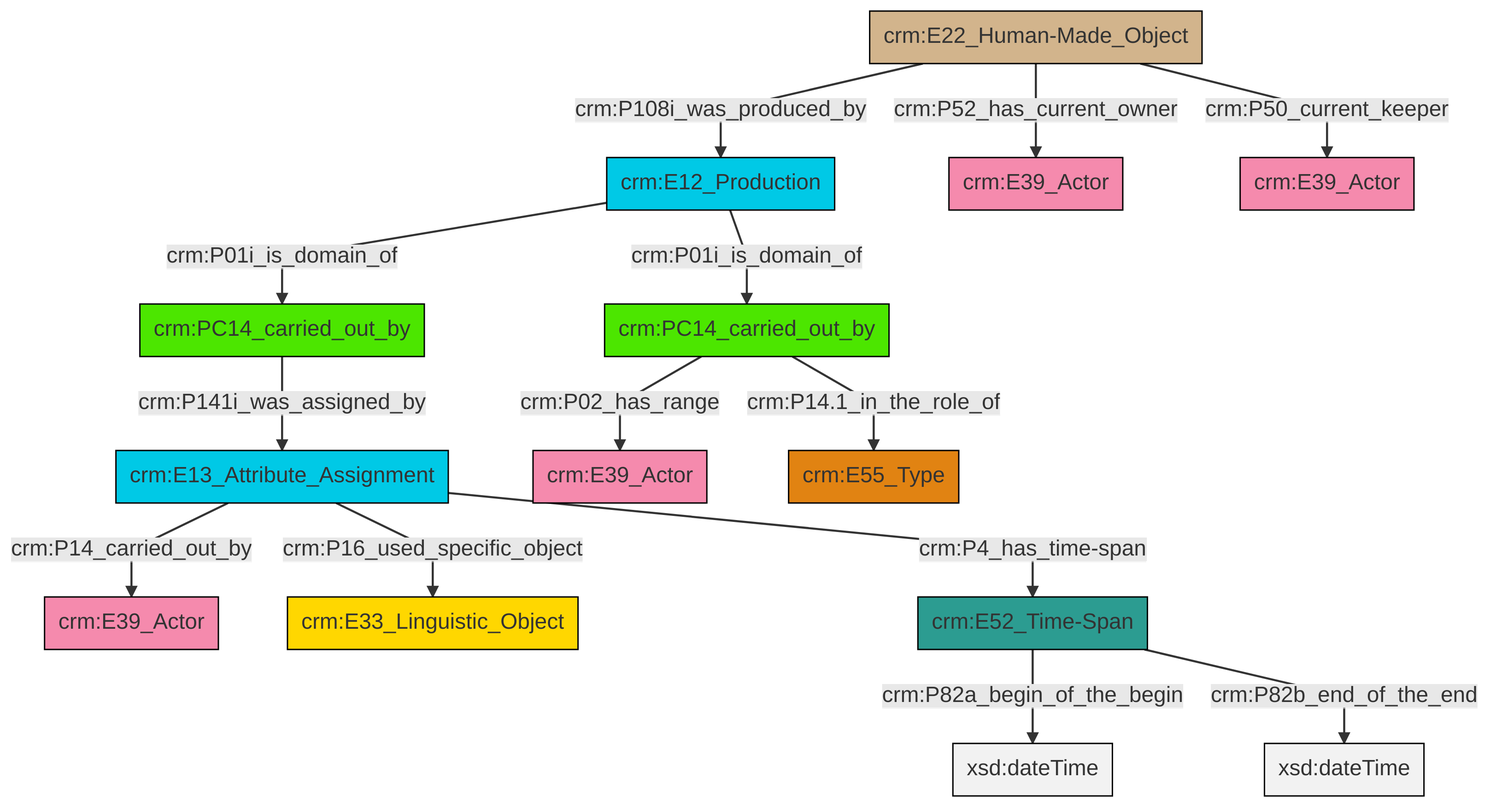
swiss-art-research-net/docs.swissartresearch keeps this Mermaid diagram as et/carrierCSV/ttl/mmd/png/carrier_relations.png. Above is the earlier version. Its source is kept beside it as et/carrierCSV/ttl/mmd/carrier_relations.ttl.mmd.
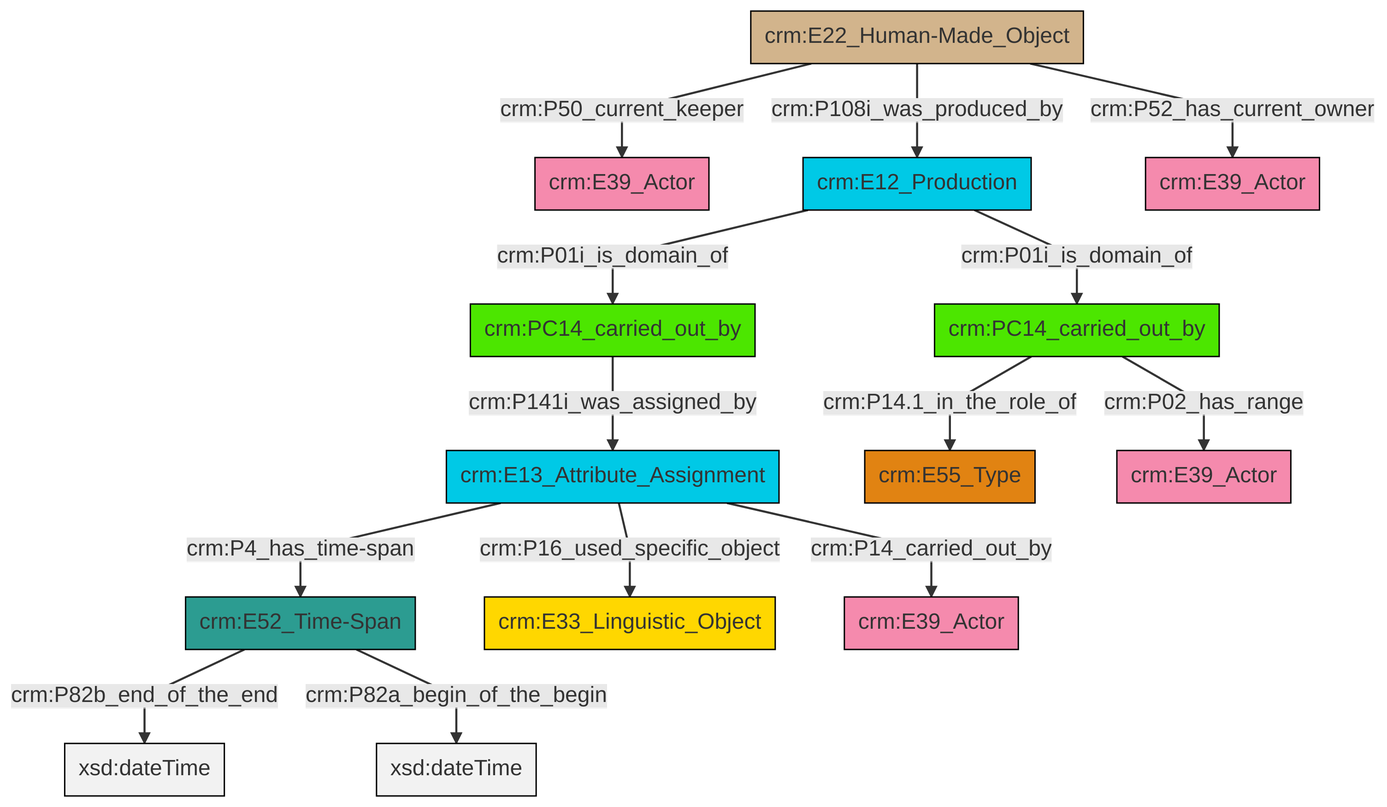
After the change.

What changed in the source:
```diff
@@ -13,16 +13,16 @@
 classDef PC_Classes fill:#4ce600, stroke:#000000;
 classDef Multi fill:#cccccc,stroke:#000000;
 
-0["crm:E13_Attribute_Assignment"]:::Temporal_Entity -->|crm:P14_carried_out_by| 1["crm:E39_Actor"]:::Actor
-2["crm:PC14_carried_out_by"]:::PC_Classes -->|crm:P02_has_range| 3["crm:E39_Actor"]:::Actor
-5["crm:E12_Production"]:::Temporal_Entity -->|crm:P01i_is_domain_of| 2["crm:PC14_carried_out_by"]:::PC_Classes
-8["crm:E22_Human-Made_Object"]:::Physical_Thing -->|crm:P52_has_current_owner| 9["crm:E39_Actor"]:::Actor
-10["crm:E52_Time-Span"]:::Time-Span -->|crm:P82a_begin_of_the_begin| 11[xsd:dateTime]:::Literal
-8["crm:E22_Human-Made_Object"]:::Physical_Thing -->|crm:P50_current_keeper| 12["crm:E39_Actor"]:::Actor
-8["crm:E22_Human-Made_Object"]:::Physical_Thing -->|crm:P108i_was_produced_by| 5["crm:E12_Production"]:::Temporal_Entity
-0["crm:E13_Attribute_Assignment"]:::Temporal_Entity -->|crm:P16_used_specific_object| 6["crm:E33_Linguistic_Object"]:::Conceptual_Object
-16["crm:PC14_carried_out_by"]:::PC_Classes -->|crm:P141i_was_assigned_by| 0["crm:E13_Attribute_Assignment"]:::Temporal_Entity
-2["crm:PC14_carried_out_by"]:::PC_Classes -->|crm:P14.1_in_the_role_of| 13["crm:E55_Type"]:::Type
-0["crm:E13_Attribute_Assignment"]:::Temporal_Entity -->|crm:P4_has_time-span| 10["crm:E52_Time-Span"]:::Time-Span
-5["crm:E12_Production"]:::Temporal_Entity -->|crm:P01i_is_domain_of| 16["crm:PC14_carried_out_by"]:::PC_Classes
-10["crm:E52_Time-Span"]:::Time-Span -->|crm:P82b_end_of_the_end| 25[xsd:dateTime]:::Literal
+0["crm:E22_Human-Made_Object"]:::Physical_Thing -->|crm:P50_current_keeper| 1["crm:E39_Actor"]:::Actor
+4["crm:E52_Time-Span"]:::Time-Span -->|crm:P82b_end_of_the_end| 5[xsd:dateTime]:::Literal
+7["crm:E12_Production"]:::Temporal_Entity -->|crm:P01i_is_domain_of| 8["crm:PC14_carried_out_by"]:::PC_Classes
+0["crm:E22_Human-Made_Object"]:::Physical_Thing -->|crm:P108i_was_produced_by| 7["crm:E12_Production"]:::Temporal_Entity
+4["crm:E52_Time-Span"]:::Time-Span -->|crm:P82a_begin_of_the_begin| 11[xsd:dateTime]:::Literal
+14["crm:E13_Attribute_Assignment"]:::Temporal_Entity -->|crm:P4_has_time-span| 4["crm:E52_Time-Span"]:::Time-Span
+7["crm:E12_Production"]:::Temporal_Entity -->|crm:P01i_is_domain_of| 15["crm:PC14_carried_out_by"]:::PC_Classes
+14["crm:E13_Attribute_Assignment"]:::Temporal_Entity -->|crm:P16_used_specific_object| 12["crm:E33_Linguistic_Object"]:::Conceptual_Object
+15["crm:PC14_carried_out_by"]:::PC_Classes -->|crm:P14.1_in_the_role_of| 16["crm:E55_Type"]:::Type
+14["crm:E13_Attribute_Assignment"]:::Temporal_Entity -->|crm:P14_carried_out_by| 19["crm:E39_Actor"]:::Actor
+8["crm:PC14_carried_out_by"]:::PC_Classes -->|crm:P141i_was_assigned_by| 14["crm:E13_Attribute_Assignment"]:::Temporal_Entity
+15["crm:PC14_carried_out_by"]:::PC_Classes -->|crm:P02_has_range| 2["crm:E39_Actor"]:::Actor
+0["crm:E22_Human-Made_Object"]:::Physical_Thing -->|crm:P52_has_current_owner| 22["crm:E39_Actor"]:::Actor
```
